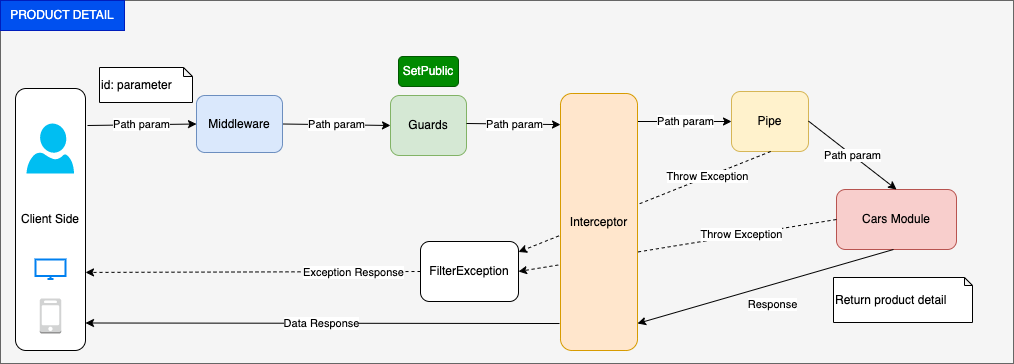
Above: ProductDetail.drawio.png in vnbrew/quynd-car-rent-nestjs (draw.io), before the change. Source tidied: cells renumbered, new cells last; positions are measured from the earlier drawing's top-left corner, leaving out a move shared by most shapes.
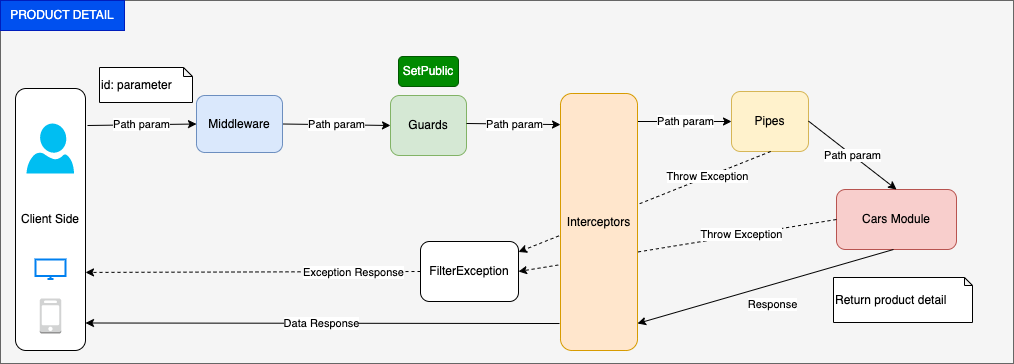
The same diagram one commit later.

Diff of the diagram source:
```diff
@@ -29,7 +29,7 @@
         <mxPoint x="466" y="124" as="sourcePoint" />
       </mxGeometry>
     </mxCell>
-    <mxCell id="9" value="Pipe" style="rounded=1;whiteSpace=wrap;html=1;fillColor=#fff2cc;strokeColor=#d6b656;" parent="1" vertex="1">
+    <mxCell id="9" value="Pipes" style="rounded=1;whiteSpace=wrap;html=1;fillColor=#fff2cc;strokeColor=#d6b656;" parent="1" vertex="1">
       <mxGeometry x="731" y="92" width="77" height="60" as="geometry" />
     </mxCell>
     <mxCell id="10" value="Path param" style="endArrow=classic;html=1;rounded=0;exitX=1;exitY=0.5;exitDx=0;exitDy=0;entryX=0;entryY=0.5;entryDx=0;entryDy=0;" parent="1" edge="1" target="9">
@@ -94,7 +94,7 @@
         <mxPoint x="85" y="323.5" as="targetPoint" />
       </mxGeometry>
     </mxCell>
-    <mxCell id="27" value="Interceptor" style="rounded=1;whiteSpace=wrap;html=1;fillColor=#ffe6cc;strokeColor=#d79b00;" parent="1" vertex="1">
+    <mxCell id="27" value="Interceptors" style="rounded=1;whiteSpace=wrap;html=1;fillColor=#ffe6cc;strokeColor=#d79b00;" parent="1" vertex="1">
       <mxGeometry x="560" y="94" width="77" height="257" as="geometry" />
     </mxCell>
   </root>
```
